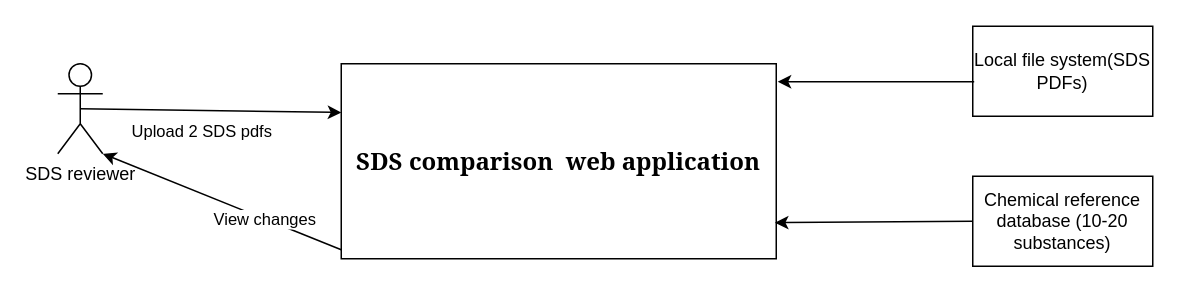
The draw.io diagram docs/context-diagram.drawio in alexejevaDot/sds-comparison-fyp, before the edit. Source tidied: cells renumbered, new cells numbered last; positions are measured from the earlier drawing's top-left corner, leaving out a move shared by most shapes. Both pictures are drawn from the tidied source at 150%, with x=0, y=0 at pixel (57, 26).
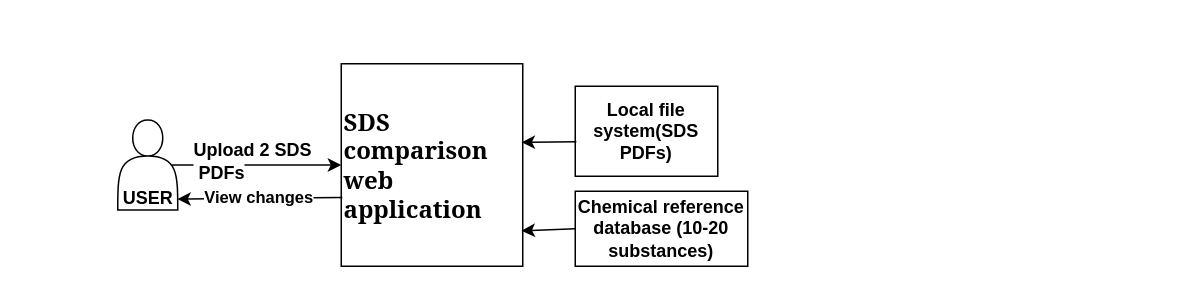
The same diagram, later.

Commit message (it also covers changes not shown here):
Update system and context diagrams

What changed in the source:
```diff
@@
 <mxGraphModel>
   <root>
     <mxCell id="0" />
     <mxCell id="1" parent="0" />
-    <mxCell id="2" value="&lt;div style=&quot;text-align: start;&quot;&gt;&lt;font color=&quot;#000000&quot; face=&quot;pplxSerif, pplxSerif, ui-serif, Georgia, Cambria, Hiragino Mincho ProN, Yu Mincho, Songti SC, SimSun, Songti TC, PMingLiU, Songti TC, MingLiU_HKSCS, Songti TC, PMingLiU, AppleMyungjo, Batang, serif&quot;&gt;&lt;span style=&quot;font-size: 16px;&quot;&gt;&lt;b&gt;SDS comparison&amp;nbsp; web application&lt;/b&gt;&lt;/span&gt;&lt;/font&gt;&lt;/div&gt;" style="rounded=0;whiteSpace=wrap;html=1;" parent="1" vertex="1">
-      <mxGeometry x="189" y="25" width="290" height="130" as="geometry" />
+    <mxCell id="2" value="&lt;div style=&quot;&quot;&gt;&lt;font color=&quot;#000000&quot; face=&quot;pplxSerif, pplxSerif, ui-serif, Georgia, Cambria, Hiragino Mincho ProN, Yu Mincho, Songti SC, SimSun, Songti TC, PMingLiU, Songti TC, MingLiU_HKSCS, Songti TC, PMingLiU, AppleMyungjo, Batang, serif&quot;&gt;&lt;span style=&quot;font-size: 16px;&quot;&gt;&lt;b&gt;SDS comparison&amp;nbsp; web application&lt;/b&gt;&lt;/span&gt;&lt;/font&gt;&lt;/div&gt;" style="rounded=0;whiteSpace=wrap;html=1;align=left;" parent="1" vertex="1">
+      <mxGeometry x="189" y="25" width="121" height="135" as="geometry" />
     </mxCell>
-    <mxCell id="3" value="SDS reviewer" style="shape=umlActor;verticalLabelPosition=bottom;verticalAlign=top;html=1;" parent="1" vertex="1">
-      <mxGeometry y="25" width="30" height="60" as="geometry" />
-    </mxCell>
-    <mxCell id="4" style="endArrow=classic;html=1;rounded=0;entryX=0;entryY=0.25;entryDx=0;entryDy=0;exitX=0.5;exitY=0.5;exitDx=0;exitDy=0;exitPerimeter=0;" parent="1" edge="1" source="3" target="2">
+    <mxCell id="4" style="endArrow=classic;html=1;rounded=0;entryX=0;entryY=0.5;entryDx=0;entryDy=0;exitX=0.9;exitY=0.5;exitDx=0;exitDy=0;exitPerimeter=0;" parent="1" edge="1" source="12" target="2">
       <mxGeometry relative="1" as="geometry" />
     </mxCell>
-    <mxCell id="5" value="Upload 2 SDS pdfs&lt;div&gt;&lt;br&gt;&lt;/div&gt;" style="edgeLabel;html=1;align=center;verticalAlign=middle;" parent="4" vertex="1">
-      <mxGeometry x="-0.07" y="-2" relative="1" as="geometry">
-        <mxPoint y="18" as="offset" />
-      </mxGeometry>
-    </mxCell>
-    <mxCell id="6" value="Local file system(SDS PDFs)" style="rounded=0;whiteSpace=wrap;html=1;" parent="1" vertex="1">
-      <mxGeometry x="610" width="120" height="60" as="geometry" />
+    <mxCell id="6" value="&lt;b&gt;Local file system(SDS PDFs)&lt;/b&gt;" style="rounded=0;whiteSpace=wrap;html=1;align=center;" parent="1" vertex="1">
+      <mxGeometry x="345" y="40" width="95" height="60" as="geometry" />
     </mxCell>
-    <mxCell id="7" style="endArrow=classic;html=1;rounded=0;exitX=0.008;exitY=0.617;exitDx=0;exitDy=0;exitPerimeter=0;" parent="1" edge="1" source="6">
-      <mxGeometry relative="1" as="geometry">
-        <mxPoint x="480" y="37" as="targetPoint" />
-      </mxGeometry>
+    <mxCell id="7" style="endArrow=classic;html=1;rounded=0;exitX=0.008;exitY=0.617;exitDx=0;exitDy=0;exitPerimeter=0;entryX=0.993;entryY=0.388;entryDx=0;entryDy=0;entryPerimeter=0;" parent="1" edge="1" source="6" target="2">
+      <mxGeometry relative="1" as="geometry" />
     </mxCell>
-    <mxCell id="8" value="Chemical reference database (10-20 substances)" style="rounded=0;whiteSpace=wrap;html=1;" parent="1" vertex="1">
-      <mxGeometry x="610" y="100" width="120" height="60" as="geometry" />
+    <mxCell id="8" value="&lt;b&gt;Chemical reference database (10-20 substances)&lt;/b&gt;" style="rounded=0;whiteSpace=wrap;html=1;" parent="1" vertex="1">
+      <mxGeometry x="345" y="110" width="115" height="50" as="geometry" />
     </mxCell>
-    <mxCell id="9" style="endArrow=classic;html=1;rounded=0;exitX=0;exitY=0.5;exitDx=0;exitDy=0;entryX=0.997;entryY=0.815;entryDx=0;entryDy=0;entryPerimeter=0;" parent="1" edge="1" source="8" target="2">
+    <mxCell id="9" style="endArrow=classic;html=1;rounded=0;exitX=0;exitY=0.5;exitDx=0;exitDy=0;entryX=0.993;entryY=0.825;entryDx=0;entryDy=0;entryPerimeter=0;" parent="1" edge="1" source="8" target="2">
       <mxGeometry relative="1" as="geometry" />
     </mxCell>
-    <mxCell id="10" style="endArrow=classic;html=1;rounded=0;exitX=0;exitY=0.954;exitDx=0;exitDy=0;exitPerimeter=0;entryX=1;entryY=1;entryDx=0;entryDy=0;entryPerimeter=0;" parent="1" edge="1" source="2" target="3">
+    <mxCell id="10" style="endArrow=classic;html=1;rounded=0;exitX=0.006;exitY=0.66;exitDx=0;exitDy=0;exitPerimeter=0;entryX=0.993;entryY=0.879;entryDx=0;entryDy=0;entryPerimeter=0;" parent="1" edge="1" source="2" target="12">
       <mxGeometry relative="1" as="geometry" />
     </mxCell>
-    <mxCell id="11" value="View changes" style="edgeLabel;html=1;align=center;verticalAlign=middle;" parent="10" vertex="1">
-      <mxGeometry x="-0.35" relative="1" as="geometry" />
+    <mxCell id="11" value="&lt;font&gt;View changes&lt;/font&gt;" style="edgeLabel;html=1;align=center;verticalAlign=middle;fontStyle=1;" parent="10" vertex="1">
+      <mxGeometry x="-0.35" relative="1" as="geometry">
+        <mxPoint x="-20" y="-1" as="offset" />
+      </mxGeometry>
     </mxCell>
+    <mxCell id="12" style="shape=actor;whiteSpace=wrap;html=1;" parent="1" vertex="1">
+      <mxGeometry x="40" y="62.5" width="40" height="60" as="geometry" />
+    </mxCell>
+    <mxCell id="13" value="&lt;span style=&quot;background-color: light-dark(#ffffff, var(--ge-dark-color, #121212));&quot;&gt;&lt;font&gt;Upload 2 SDS&lt;/font&gt;&lt;/span&gt;&lt;div&gt;&lt;span style=&quot;background-color: light-dark(#ffffff, var(--ge-dark-color, #121212));&quot;&gt;&lt;font&gt;&amp;nbsp;PDFs&lt;/font&gt;&lt;/span&gt;&lt;/div&gt;" style="text;html=1;align=left;verticalAlign=middle;strokeColor=none;fillColor=none;fontStyle=1;" parent="1" vertex="1">
+      <mxGeometry x="89" y="70" width="100" height="40" as="geometry" />
+    </mxCell>
+    <mxCell id="14" value="&lt;b&gt;USER&lt;/b&gt;" style="text;html=1;align=center;verticalAlign=middle;strokeColor=none;fillColor=none;" parent="1" vertex="1">
+      <mxGeometry x="30" y="100" width="60" height="30" as="geometry" />
+    </mxCell>
   </root>
 </mxGraphModel>
```
